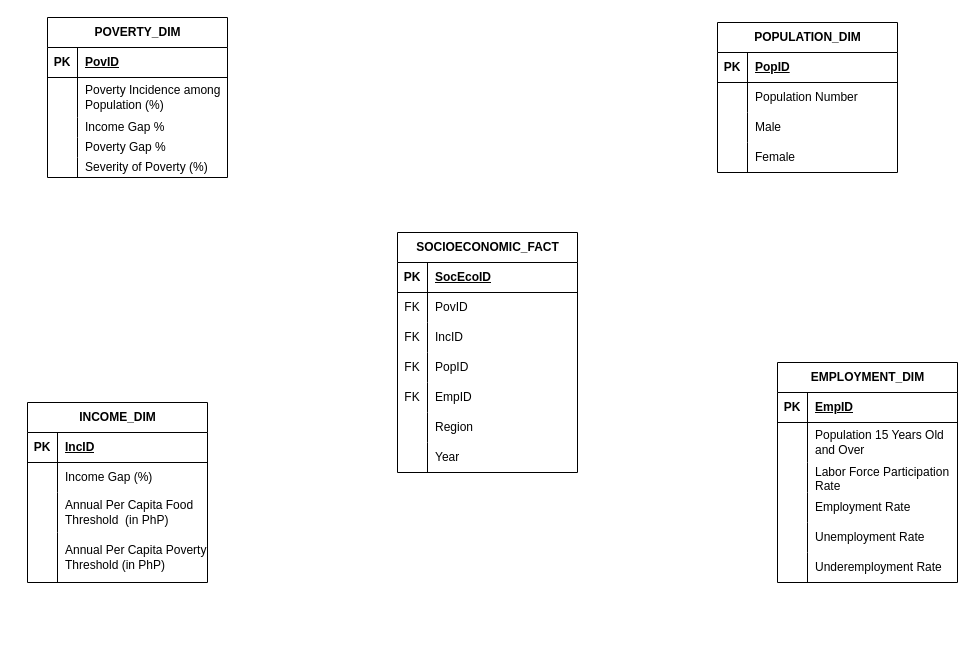
Above: page "DIM&FACT" (4 of 4) of DECapstone diagrams.drawio in vinsanity2022/SPARTACapstone (draw.io), before the change. Source tidied: cells renumbered, new cells numbered last; positions are measured from the earlier drawing's top-left corner, leaving out a move shared by most shapes. Both pictures are drawn from the tidied source at 100%, with x=0, y=0 at pixel (27, 17).
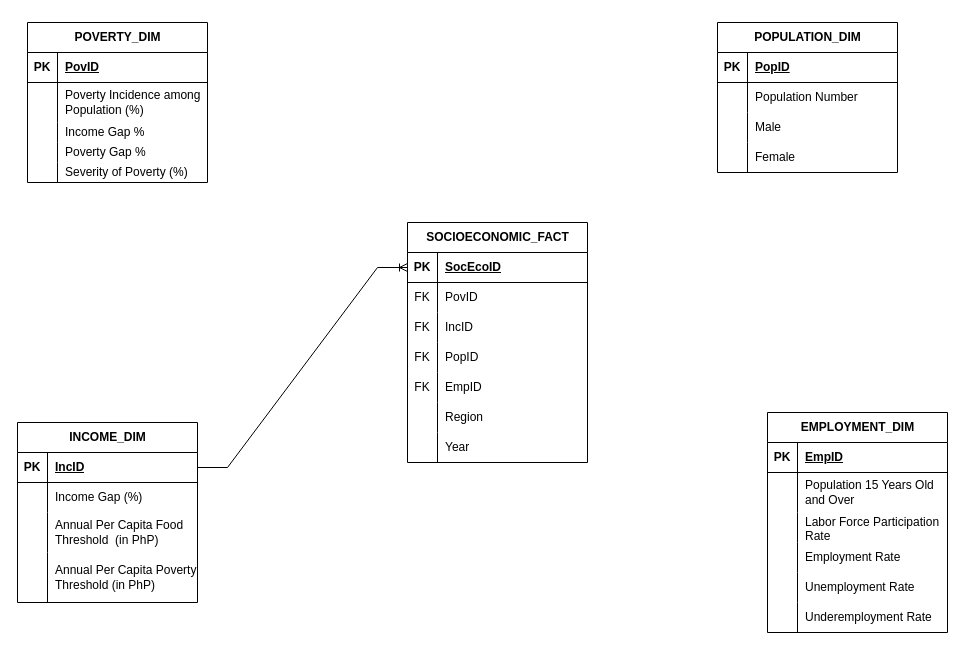
The same diagram, later.

The change refers to these unchanged cells:
```xml
<mxCell id="19" style="shape=tableRow;horizontal=0;startSize=0;swimlaneHead=0;swimlaneBody=0;fillColor=none;points=[[0,0.5],[1,0.5]];portConstraint=eastwest;top=0;left=0;right=0;bottom=1;" parent="18" vertex="1">
  <mxGeometry y="30" width="180" height="30" as="geometry" />
</mxCell>
<mxCell id="64" style="shape=tableRow;horizontal=0;startSize=0;swimlaneHead=0;swimlaneBody=0;fillColor=none;points=[[0,0.5],[1,0.5]];portConstraint=eastwest;top=0;left=0;right=0;bottom=1;" parent="63" vertex="1">
  <mxGeometry y="30" width="180" height="30" as="geometry" />
</mxCell>
```

Diff of the diagram source:
```diff
@@
     <mxCell id="2" value="POVERTY_DIM" style="shape=table;startSize=30;childLayout=tableLayout;rowLines=0;fontStyle=1;align=center;html=1;" parent="1" vertex="1">
-      <mxGeometry x="20" width="180" height="160" as="geometry" />
+      <mxGeometry y="5" width="180" height="160" as="geometry" />
     </mxCell>
@@
     <mxCell id="18" value="INCOME_DIM" style="shape=table;startSize=30;childLayout=tableLayout;rowLines=0;fontStyle=1;align=center;html=1;" parent="1" vertex="1">
-      <mxGeometry y="385" width="180" height="180" as="geometry" />
+      <mxGeometry x="-10" y="405" width="180" height="180" as="geometry" />
     </mxCell>
@@
     <mxCell id="31" value="EMPLOYMENT_DIM" style="shape=table;startSize=30;childLayout=tableLayout;rowLines=0;fontStyle=1;align=center;html=1;" parent="1" vertex="1">
-      <mxGeometry x="750" y="345" width="180" height="220" as="geometry" />
+      <mxGeometry x="740" y="395" width="180" height="220" as="geometry" />
     </mxCell>
@@
     <mxCell id="63" value="SOCIOECONOMIC_FACT" style="shape=table;startSize=30;childLayout=tableLayout;rowLines=0;fontStyle=1;align=center;html=1;" parent="1" vertex="1">
-      <mxGeometry x="370" y="215" width="180" height="240" as="geometry" />
+      <mxGeometry x="380" y="205" width="180" height="240" as="geometry" />
     </mxCell>
@@
+    <mxCell id="85" style="edgeStyle=entityRelationEdgeStyle;fontSize=12;html=1;endArrow=ERoneToMany;rounded=0;entryX=0;entryY=0.5;entryDx=0;entryDy=0;" parent="1" edge="1" source="19" target="64">
+      <mxGeometry relative="1" as="geometry" />
+    </mxCell>
```
